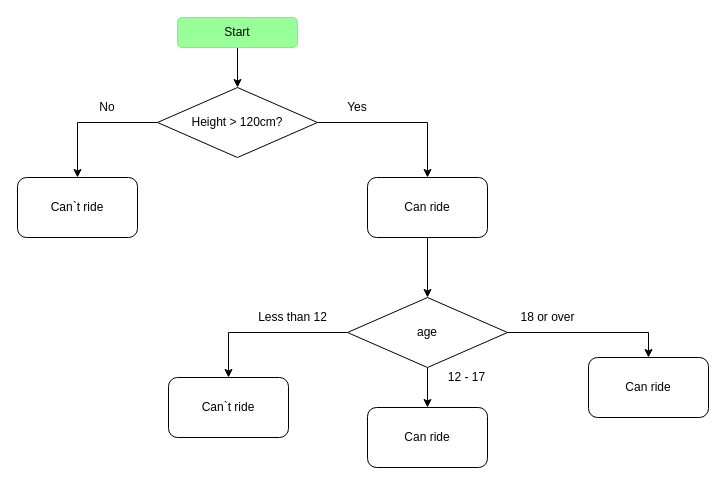
GameMill/100DaysOfPython keeps this draw.io diagram as day3/3_can_ride_rollercoaster.drawio. Above is the earlier version. Source tidied: cells renumbered, new cells numbered last; positions are measured from the earlier drawing's top-left corner, leaving out a move shared by most shapes. Both pictures are drawn from the tidied source at 100%, with x=0, y=0 at pixel (17, 17).
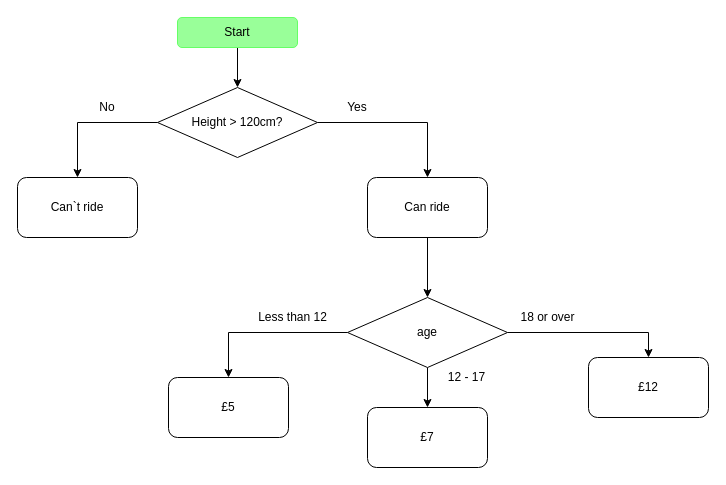
The same diagram, later.

Diff of the diagram source:
```diff
@@
-    <mxCell id="17" value="Can ride" style="rounded=1;whiteSpace=wrap;html=1;strokeColor=#000000;fillColor=#FFFFFF;" parent="1" vertex="1">
+    <mxCell id="17" value="£12" style="rounded=1;whiteSpace=wrap;html=1;strokeColor=#000000;fillColor=#FFFFFF;" parent="1" vertex="1">
       <mxGeometry x="571" y="340" width="120" height="60" as="geometry" />
     </mxCell>
@@
-    <mxCell id="19" value="Can`t ride" style="rounded=1;whiteSpace=wrap;html=1;strokeColor=#000000;fillColor=#FFFFFF;" parent="1" vertex="1">
+    <mxCell id="19" value="£5" style="rounded=1;whiteSpace=wrap;html=1;strokeColor=#000000;fillColor=#FFFFFF;" parent="1" vertex="1">
       <mxGeometry x="151" y="360" width="120" height="60" as="geometry" />
     </mxCell>
@@
-    <mxCell id="21" value="Can ride" style="rounded=1;whiteSpace=wrap;html=1;strokeColor=#000000;fillColor=#FFFFFF;" parent="1" vertex="1">
+    <mxCell id="21" value="£7" style="rounded=1;whiteSpace=wrap;html=1;strokeColor=#000000;fillColor=#FFFFFF;" parent="1" vertex="1">
       <mxGeometry x="350" y="390" width="120" height="60" as="geometry" />
     </mxCell>
```
